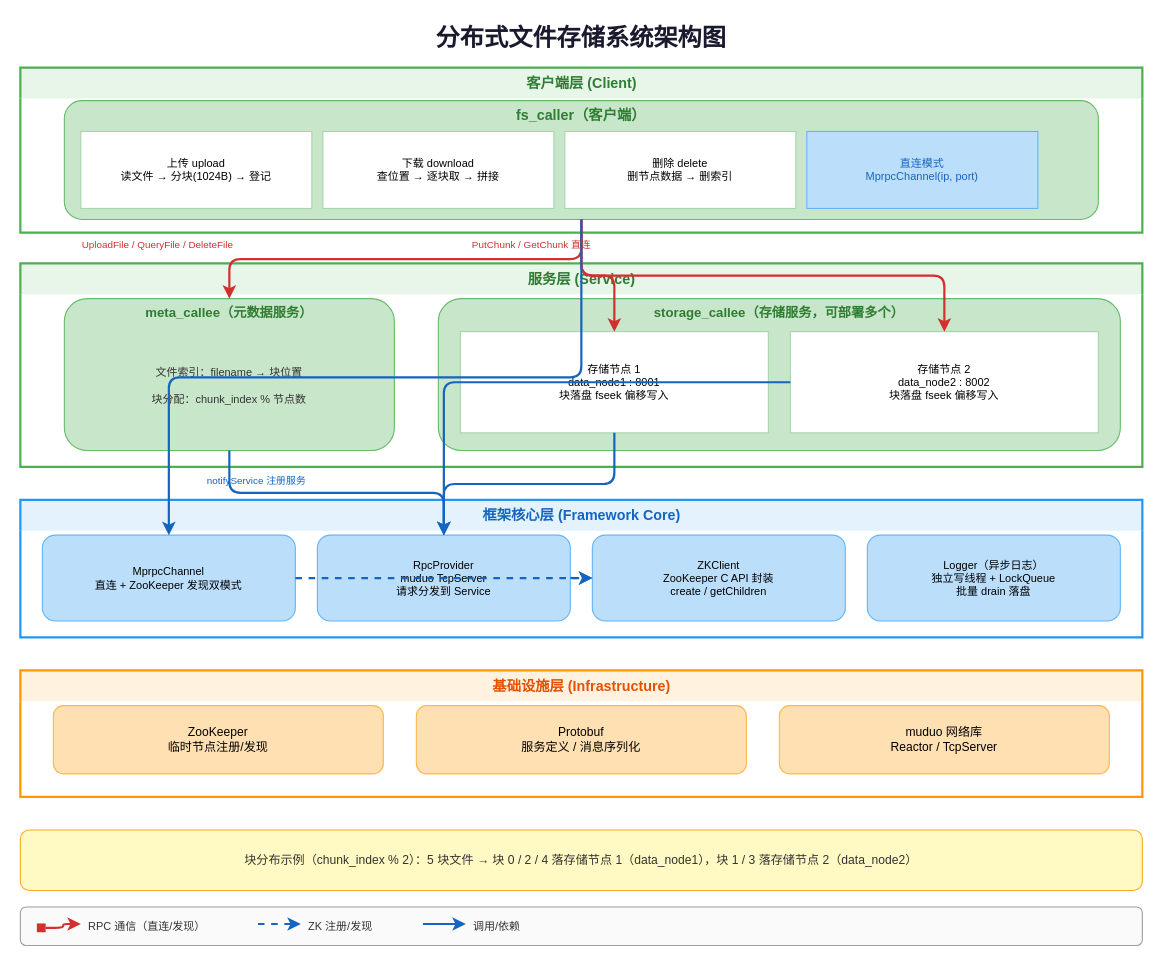
Above: docs/filestore/diagrams/architecture.drawio in BamdowCoco/mpRPC (draw.io), before the change. Source tidied: cells renumbered, new cells numbered last; positions are measured from the earlier drawing's top-left corner, leaving out a move shared by most shapes. Both pictures are drawn from the tidied source at 110%, with x=0, y=0 at pixel (20, 19).
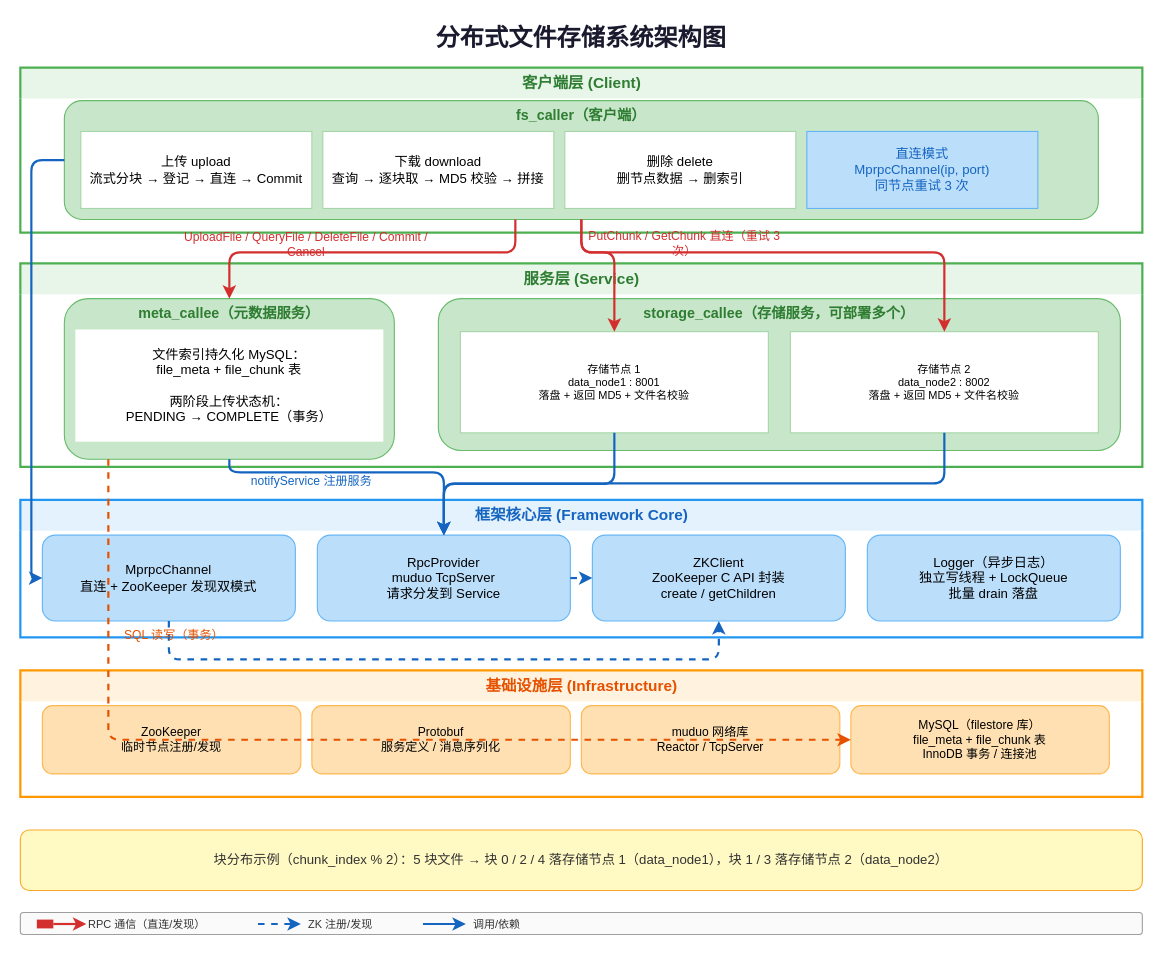
The same diagram, later.

Commit message (it also covers changes not shown here):
docs(filestore): 更新架构/类/流程/时序图以反映 P1~P10 改进，新增图表演讲稿

The change refers to these unchanged cells:
```xml
<mxCell id="4" style="rounded=1;whiteSpace=wrap;html=1;fillColor=#C8E6C9;strokeColor=#66BB6A;strokeWidth=1;" parent="3" vertex="1">
  <mxGeometry x="40" y="30" width="940" height="108" as="geometry" />
</mxCell>
<mxCell id="14" style="rounded=1;whiteSpace=wrap;html=1;fillColor=#C8E6C9;strokeColor=#66BB6A;strokeWidth=1;" parent="10" vertex="1">
  <mxGeometry x="380" y="32" width="620" height="138" as="geometry" />
</mxCell>
```

What changed in the source:
```diff
@@
-    <mxCell id="3" value="客户端层 (Client)" style="swimlane;startSize=28;fillColor=#E8F5E9;strokeColor=#4CAF50;strokeWidth=2;fontSize=13;fontStyle=1;fontColor=#2E7D32;html=1;swimlaneLine=0;" parent="1" vertex="1">
+    <mxCell id="3" value="客户端层 (Client)" style="swimlane;startSize=28;fillColor=#E8F5E9;strokeColor=#4CAF50;strokeWidth=2;fontSize=14;fontStyle=1;fontColor=#2E7D32;html=1;swimlaneLine=0;" parent="1" vertex="1">
       <mxGeometry y="44" width="1020" height="150" as="geometry" />
     </mxCell>
@@
-    <mxCell id="6" value="上传 upload&#10;读文件 → 分块(1024B) → 登记" style="rounded=0;whiteSpace=wrap;html=1;fillColor=#ffffff;strokeColor=#A5D6A7;fontSize=10;" parent="4" vertex="1">
+    <mxCell id="6" value="上传 upload&#10;流式分块 → 登记 → 直连 → Commit" style="rounded=0;whiteSpace=wrap;html=1;fillColor=#ffffff;strokeColor=#A5D6A7;fontSize=12;" parent="4" vertex="1">
       <mxGeometry x="15" y="28" width="210" height="70" as="geometry" />
     </mxCell>
-    <mxCell id="7" value="下载 download&#10;查位置 → 逐块取 → 拼接" style="rounded=0;whiteSpace=wrap;html=1;fillColor=#ffffff;strokeColor=#A5D6A7;fontSize=10;" parent="4" vertex="1">
+    <mxCell id="7" value="下载 download&#10;查询 → 逐块取 → MD5 校验 → 拼接" style="rounded=0;whiteSpace=wrap;html=1;fillColor=#ffffff;strokeColor=#A5D6A7;fontSize=12;" parent="4" vertex="1">
       <mxGeometry x="235" y="28" width="210" height="70" as="geometry" />
     </mxCell>
-    <mxCell id="8" value="删除 delete&#10;删节点数据 → 删索引" style="rounded=0;whiteSpace=wrap;html=1;fillColor=#ffffff;strokeColor=#A5D6A7;fontSize=10;" parent="4" vertex="1">
+    <mxCell id="8" value="删除 delete&#10;删节点数据 → 删索引" style="rounded=0;whiteSpace=wrap;html=1;fillColor=#ffffff;strokeColor=#A5D6A7;fontSize=12;" parent="4" vertex="1">
       <mxGeometry x="455" y="28" width="210" height="70" as="geometry" />
     </mxCell>
-    <mxCell id="9" value="直连模式&#10;MprpcChannel(ip, port)" style="rounded=0;whiteSpace=wrap;html=1;fillColor=#BBDEFB;strokeColor=#64B5F6;fontSize=10;fontColor=#1565C0;" parent="4" vertex="1">
+    <mxCell id="9" value="直连模式&#10;MprpcChannel(ip, port)&#10;同节点重试 3 次" style="rounded=0;whiteSpace=wrap;html=1;fillColor=#BBDEFB;strokeColor=#64B5F6;fontSize=12;fontColor=#1565C0;" parent="4" vertex="1">
       <mxGeometry x="675" y="28" width="210" height="70" as="geometry" />
     </mxCell>
-    <mxCell id="10" value="服务层 (Service)" style="swimlane;startSize=28;fillColor=#E8F5E9;strokeColor=#4CAF50;strokeWidth=2;fontSize=13;fontStyle=1;fontColor=#2E7D32;html=1;swimlaneLine=0;" parent="1" vertex="1">
+    <mxCell id="10" value="服务层 (Service)" style="swimlane;startSize=28;fillColor=#E8F5E9;strokeColor=#4CAF50;strokeWidth=2;fontSize=14;fontStyle=1;fontColor=#2E7D32;html=1;swimlaneLine=0;" parent="1" vertex="1">
       <mxGeometry y="222" width="1020" height="185" as="geometry" />
     </mxCell>
     <mxCell id="11" style="rounded=1;whiteSpace=wrap;html=1;fillColor=#C8E6C9;strokeColor=#66BB6A;strokeWidth=1;" parent="10" vertex="1">
-      <mxGeometry x="40" y="32" width="300" height="138" as="geometry" />
+      <mxGeometry x="40" y="32" width="300" height="146" as="geometry" />
     </mxCell>
-    <mxCell id="12" value="meta_callee（元数据服务）" style="text;html=1;strokeColor=none;fillColor=none;align=center;verticalAlign=middle;whiteSpace=wrap;fontSize=12;fontStyle=1;fontColor=#2E7D32;" parent="11" vertex="1">
+    <mxCell id="12" value="meta_callee（元数据服务）" style="text;html=1;strokeColor=none;fillColor=none;align=center;verticalAlign=middle;whiteSpace=wrap;fontSize=13;fontStyle=1;fontColor=#2E7D32;" parent="11" vertex="1">
       <mxGeometry y="2" width="300" height="22" as="geometry" />
     </mxCell>
-    <mxCell id="13" value="文件索引：filename → 块位置&#10;&#10;块分配：chunk_index % 节点数" style="text;html=1;strokeColor=none;fillColor=none;align=center;verticalAlign=middle;whiteSpace=wrap;fontSize=10;fontColor=#333333;" parent="11" vertex="1">
+    <mxCell id="13" value="文件索引持久化 MySQL：&#10;file_meta + file_chunk 表&#10;&#10;两阶段上传状态机：&#10;PENDING → COMPLETE（事务）" style="text;html=1;align=center;verticalAlign=middle;whiteSpace=wrap;fontSize=12;fillColor=default;" parent="11" vertex="1">
       <mxGeometry x="10" y="28" width="280" height="102" as="geometry" />
     </mxCell>
@@
-    <mxCell id="15" value="storage_callee（存储服务，可部署多个）" style="text;html=1;strokeColor=none;fillColor=none;align=center;verticalAlign=middle;whiteSpace=wrap;fontSize=12;fontStyle=1;fontColor=#2E7D32;" parent="14" vertex="1">
+    <mxCell id="15" value="storage_callee（存储服务，可部署多个）" style="text;html=1;strokeColor=none;fillColor=none;align=center;verticalAlign=middle;whiteSpace=wrap;fontSize=13;fontStyle=1;fontColor=#2E7D32;" parent="14" vertex="1">
       <mxGeometry y="2" width="620" height="22" as="geometry" />
     </mxCell>
-    <mxCell id="16" value="存储节点 1&#10;data_node1 : 8001&#10;块落盘 fseek 偏移写入" style="rounded=0;whiteSpace=wrap;html=1;fillColor=#ffffff;strokeColor=#A5D6A7;fontSize=10;" parent="14" vertex="1">
+    <mxCell id="16" value="存储节点 1&#10;data_node1 : 8001&#10;落盘 + 返回 MD5 + 文件名校验" style="rounded=0;whiteSpace=wrap;html=1;fillColor=#ffffff;strokeColor=#A5D6A7;fontSize=10;" parent="14" vertex="1">
       <mxGeometry x="20" y="30" width="280" height="92" as="geometry" />
     </mxCell>
-    <mxCell id="17" value="存储节点 2&#10;data_node2 : 8002&#10;块落盘 fseek 偏移写入" style="rounded=0;whiteSpace=wrap;html=1;fillColor=#ffffff;strokeColor=#A5D6A7;fontSize=10;" parent="14" vertex="1">
+    <mxCell id="17" value="存储节点 2&#10;data_node2 : 8002&#10;落盘 + 返回 MD5 + 文件名校验" style="rounded=0;whiteSpace=wrap;html=1;fillColor=#ffffff;strokeColor=#A5D6A7;fontSize=10;" parent="14" vertex="1">
       <mxGeometry x="320" y="30" width="280" height="92" as="geometry" />
     </mxCell>
-    <mxCell id="18" value="框架核心层 (Framework Core)" style="swimlane;startSize=28;fillColor=#E3F2FD;strokeColor=#2196F3;strokeWidth=2;fontSize=13;fontStyle=1;fontColor=#1565C0;html=1;swimlaneLine=0;" parent="1" vertex="1">
+    <mxCell id="18" value="框架核心层 (Framework Core)" style="swimlane;startSize=28;fillColor=#E3F2FD;strokeColor=#2196F3;strokeWidth=2;fontSize=14;fontStyle=1;fontColor=#1565C0;html=1;swimlaneLine=0;" parent="1" vertex="1">
       <mxGeometry y="437" width="1020" height="125" as="geometry" />
     </mxCell>
-    <mxCell id="19" value="MprpcChannel&#10;直连 + ZooKeeper 发现双模式" style="rounded=1;whiteSpace=wrap;html=1;fillColor=#BBDEFB;strokeColor=#64B5F6;fontSize=10;align=center;" parent="18" vertex="1">
+    <mxCell id="19" value="MprpcChannel&#10;直连 + ZooKeeper 发现双模式" style="rounded=1;whiteSpace=wrap;html=1;fillColor=#BBDEFB;strokeColor=#64B5F6;fontSize=12;align=center;" parent="18" vertex="1">
       <mxGeometry x="20" y="32" width="230" height="78" as="geometry" />
     </mxCell>
-    <mxCell id="20" value="RpcProvider&#10;muduo TcpServer&#10;请求分发到 Service" style="rounded=1;whiteSpace=wrap;html=1;fillColor=#BBDEFB;strokeColor=#64B5F6;fontSize=10;align=center;" parent="18" vertex="1">
+    <mxCell id="20" value="RpcProvider&#10;muduo TcpServer&#10;请求分发到 Service" style="rounded=1;whiteSpace=wrap;html=1;fillColor=#BBDEFB;strokeColor=#64B5F6;fontSize=12;align=center;" parent="18" vertex="1">
       <mxGeometry x="270" y="32" width="230" height="78" as="geometry" />
     </mxCell>
-    <mxCell id="21" value="ZKClient&#10;ZooKeeper C API 封装&#10;create / getChildren" style="rounded=1;whiteSpace=wrap;html=1;fillColor=#BBDEFB;strokeColor=#64B5F6;fontSize=10;align=center;" parent="18" vertex="1">
+    <mxCell id="21" value="ZKClient&#10;ZooKeeper C API 封装&#10;create / getChildren" style="rounded=1;whiteSpace=wrap;html=1;fillColor=#BBDEFB;strokeColor=#64B5F6;fontSize=12;align=center;" parent="18" vertex="1">
       <mxGeometry x="520" y="32" width="230" height="78" as="geometry" />
     </mxCell>
-    <mxCell id="22" value="Logger（异步日志）&#10;独立写线程 + LockQueue&#10;批量 drain 落盘" style="rounded=1;whiteSpace=wrap;html=1;fillColor=#BBDEFB;strokeColor=#64B5F6;fontSize=10;align=center;" parent="18" vertex="1">
+    <mxCell id="22" value="Logger（异步日志）&#10;独立写线程 + LockQueue&#10;批量 drain 落盘" style="rounded=1;whiteSpace=wrap;html=1;fillColor=#BBDEFB;strokeColor=#64B5F6;fontSize=12;align=center;" parent="18" vertex="1">
       <mxGeometry x="770" y="32" width="230" height="78" as="geometry" />
     </mxCell>
-    <mxCell id="23" value="基础设施层 (Infrastructure)" style="swimlane;startSize=28;fillColor=#FFF3E0;strokeColor=#FF9800;strokeWidth=2;fontSize=13;fontStyle=1;fontColor=#E65100;html=1;swimlaneLine=0;" parent="1" vertex="1">
+    <mxCell id="23" value="基础设施层 (Infrastructure)" style="swimlane;startSize=28;fillColor=#FFF3E0;strokeColor=#FF9800;strokeWidth=2;fontSize=14;fontStyle=1;fontColor=#E65100;html=1;swimlaneLine=0;" parent="1" vertex="1">
       <mxGeometry y="592" width="1020" height="115" as="geometry" />
     </mxCell>
     <mxCell id="24" value="ZooKeeper&#10;临时节点注册/发现" style="rounded=1;whiteSpace=wrap;html=1;fillColor=#FFE0B2;strokeColor=#FFB74D;fontSize=11;align=center;" parent="23" vertex="1">
-      <mxGeometry x="30" y="32" width="300" height="62" as="geometry" />
+      <mxGeometry x="20" y="32" width="235" height="62" as="geometry" />
     </mxCell>
     <mxCell id="25" value="Protobuf&#10;服务定义 / 消息序列化" style="rounded=1;whiteSpace=wrap;html=1;fillColor=#FFE0B2;strokeColor=#FFB74D;fontSize=11;align=center;" parent="23" vertex="1">
-      <mxGeometry x="360" y="32" width="300" height="62" as="geometry" />
+      <mxGeometry x="265" y="32" width="235" height="62" as="geometry" />
     </mxCell>
     <mxCell id="26" value="muduo 网络库&#10;Reactor / TcpServer" style="rounded=1;whiteSpace=wrap;html=1;fillColor=#FFE0B2;strokeColor=#FFB74D;fontSize=11;align=center;" parent="23" vertex="1">
-      <mxGeometry x="690" y="32" width="300" height="62" as="geometry" />
+      <mxGeometry x="510" y="32" width="235" height="62" as="geometry" />
     </mxCell>
+    <mxCell id="54" value="MySQL（filestore 库）&#10;file_meta + file_chunk 表&#10;InnoDB 事务 / 连接池" style="rounded=1;whiteSpace=wrap;html=1;fillColor=#FFE0B2;strokeColor=#FFB74D;fontSize=11;align=center;" parent="23" vertex="1">
+      <mxGeometry x="755" y="32" width="235" height="62" as="geometry" />
+    </mxCell>
@@
-    <mxCell id="28" value="块分布示例（chunk_index % 2）：5 块文件 → 块 0 / 2 / 4 落存储节点 1（data_node1），块 1 / 3 落存储节点 2（data_node2）" style="text;html=1;strokeColor=none;fillColor=none;align=center;verticalAlign=middle;whiteSpace=wrap;fontSize=11;fontColor=#333333;" parent="1" vertex="1">
+    <mxCell id="28" value="块分布示例（chunk_index % 2）：5 块文件 → 块 0 / 2 / 4 落存储节点 1（data_node1），块 1 / 3 落存储节点 2（data_node2）" style="text;html=1;strokeColor=none;fillColor=none;align=center;verticalAlign=middle;whiteSpace=wrap;fontSize=12;fontColor=#333333;" parent="1" vertex="1">
       <mxGeometry x="5" y="740" width="1010" height="48" as="geometry" />
     </mxCell>
     <mxCell id="29" style="rounded=1;whiteSpace=wrap;html=1;fillColor=#FAFAFA;strokeColor=#9E9E9E;strokeWidth=1;" parent="1" vertex="1">
-      <mxGeometry y="807" width="1020" height="35" as="geometry" />
+      <mxGeometry y="812" width="1020" height="20" as="geometry" />
     </mxCell>
     <mxCell id="30" style="rounded=0;whiteSpace=wrap;html=1;fillColor=#D32F2F;strokeColor=none;" parent="1" vertex="1">
-      <mxGeometry x="15" y="822" width="8" height="8" as="geometry" />
+      <mxGeometry x="15" y="818.5" width="15" height="8" as="geometry" />
     </mxCell>
     <mxCell id="31" style="rounded=0;whiteSpace=wrap;html=1;fillColor=none;strokeColor=none;" parent="1" vertex="1">
-      <mxGeometry x="55" y="822" width="1" height="1" as="geometry" />
+      <mxGeometry x="60" y="822" width="1" height="1" as="geometry" />
     </mxCell>
@@
     <mxCell id="33" value="RPC 通信（直连/发现）" style="text;html=1;strokeColor=none;fillColor=none;align=left;verticalAlign=middle;whiteSpace=wrap;fontSize=10;fontColor=#333333;" parent="1" vertex="1">
-      <mxGeometry x="60" y="814" width="130" height="20" as="geometry" />
+      <mxGeometry x="60" y="813" width="130" height="20" as="geometry" />
     </mxCell>
@@
     <mxCell id="37" value="ZK 注册/发现" style="text;html=1;strokeColor=none;fillColor=none;align=left;verticalAlign=middle;whiteSpace=wrap;fontSize=10;fontColor=#333333;" parent="1" vertex="1">
-      <mxGeometry x="260" y="814" width="90" height="20" as="geometry" />
+      <mxGeometry x="260" y="813" width="90" height="20" as="geometry" />
     </mxCell>
@@
     <mxCell id="41" value="调用/依赖" style="text;html=1;strokeColor=none;fillColor=none;align=left;verticalAlign=middle;whiteSpace=wrap;fontSize=10;fontColor=#333333;" parent="1" vertex="1">
-      <mxGeometry x="410" y="814" width="70" height="20" as="geometry" />
+      <mxGeometry x="410" y="813" width="70" height="20" as="geometry" />
     </mxCell>
     <mxCell id="42" style="edgeStyle=orthogonalEdgeStyle;rounded=1;html=1;endArrow=classic;strokeColor=#D32F2F;strokeWidth=2;" parent="1" edge="1" source="4" target="11">
-      <mxGeometry relative="1" as="geometry" />
+      <mxGeometry relative="1" as="geometry">
+        <Array as="points">
+          <mxPoint x="450" y="212" />
+          <mxPoint x="190" y="212" />
+        </Array>
+      </mxGeometry>
     </mxCell>
     <mxCell id="43" style="edgeStyle=orthogonalEdgeStyle;rounded=1;html=1;endArrow=classic;strokeColor=#D32F2F;strokeWidth=2;" parent="1" edge="1" source="4" target="16">
-      <mxGeometry relative="1" as="geometry" />
+      <mxGeometry relative="1" as="geometry">
+        <Array as="points">
+          <mxPoint x="510" y="212" />
+          <mxPoint x="540" y="212" />
+        </Array>
+      </mxGeometry>
     </mxCell>
     <mxCell id="44" style="edgeStyle=orthogonalEdgeStyle;rounded=1;html=1;endArrow=classic;strokeColor=#D32F2F;strokeWidth=2;" parent="1" edge="1" source="4" target="17">
-      <mxGeometry relative="1" as="geometry" />
+      <mxGeometry relative="1" as="geometry">
+        <Array as="points">
+          <mxPoint x="510" y="212" />
+          <mxPoint x="840" y="212" />
+        </Array>
+      </mxGeometry>
     </mxCell>
     <mxCell id="45" style="edgeStyle=orthogonalEdgeStyle;rounded=1;html=1;endArrow=classic;strokeColor=#1565C0;strokeWidth=2;" parent="1" edge="1" source="4" target="19">
-      <mxGeometry relative="1" as="geometry" />
+      <mxGeometry relative="1" as="geometry">
+        <Array as="points">
+          <mxPoint x="10" y="128" />
+          <mxPoint x="10" y="508" />
+        </Array>
+      </mxGeometry>
     </mxCell>
-    <mxCell id="46" style="edgeStyle=orthogonalEdgeStyle;rounded=1;html=1;endArrow=classic;strokeColor=#1565C0;strokeWidth=2;" parent="1" edge="1" source="11" target="20">
-      <mxGeometry relative="1" as="geometry" />
-    </mxCell>
@@
     <mxCell id="48" style="edgeStyle=orthogonalEdgeStyle;rounded=1;html=1;endArrow=classic;strokeColor=#1565C0;strokeWidth=2;" parent="1" edge="1" source="17" target="20">
-      <mxGeometry relative="1" as="geometry" />
+      <mxGeometry relative="1" as="geometry">
+        <Array as="points">
+          <mxPoint x="840" y="422" />
+          <mxPoint x="385" y="422" />
+        </Array>
+      </mxGeometry>
     </mxCell>
     <mxCell id="49" style="edgeStyle=orthogonalEdgeStyle;rounded=1;html=1;endArrow=classic;strokeColor=#1565C0;strokeWidth=2;dashed=1;" parent="1" edge="1" source="19" target="21">
-      <mxGeometry relative="1" as="geometry" />
+      <mxGeometry relative="1" as="geometry">
+        <Array as="points">
+          <mxPoint x="135" y="582" />
+          <mxPoint x="635" y="582" />
+        </Array>
+      </mxGeometry>
     </mxCell>
@@
+    <mxCell id="46" style="edgeStyle=orthogonalEdgeStyle;rounded=1;html=1;endArrow=classic;strokeColor=#1565C0;strokeWidth=2;" parent="1" edge="1" source="11" target="20">
+      <mxGeometry relative="1" as="geometry">
+        <Array as="points">
+          <mxPoint x="190" y="412" />
+          <mxPoint x="385" y="412" />
+        </Array>
+      </mxGeometry>
+    </mxCell>
+    <mxCell id="55" style="edgeStyle=orthogonalEdgeStyle;rounded=1;html=1;endArrow=classic;strokeColor=#E65100;strokeWidth=2;dashed=1;" parent="1" edge="1" source="11" target="54">
+      <mxGeometry relative="1" as="geometry">
+        <Array as="points">
+          <mxPoint x="80" y="412" />
+          <mxPoint x="80" y="582" />
+        </Array>
+      </mxGeometry>
+    </mxCell>
-    <mxCell id="51" value="UploadFile / QueryFile / DeleteFile" style="text;html=1;strokeColor=none;fillColor=none;align=center;verticalAlign=middle;whiteSpace=wrap;fontSize=9;fontColor=#D32F2F;" parent="1" vertex="1">
-      <mxGeometry x="15" y="197" width="220" height="16" as="geometry" />
+    <mxCell id="51" value="UploadFile / QueryFile / DeleteFile / Commit / Cancel" style="text;html=1;strokeColor=none;fillColor=none;align=center;verticalAlign=middle;whiteSpace=wrap;fontSize=11;fontColor=#D32F2F;" parent="1" vertex="1">
+      <mxGeometry x="140" y="197" width="240" height="16" as="geometry" />
     </mxCell>
-    <mxCell id="52" value="PutChunk / GetChunk 直连" style="text;html=1;strokeColor=none;fillColor=none;align=center;verticalAlign=middle;whiteSpace=wrap;fontSize=9;fontColor=#D32F2F;" parent="1" vertex="1">
-      <mxGeometry x="380" y="197" width="170" height="16" as="geometry" />
+    <mxCell id="52" value="PutChunk / GetChunk 直连（重试 3 次）" style="text;html=1;strokeColor=none;fillColor=none;align=center;verticalAlign=middle;whiteSpace=wrap;fontSize=11;fontColor=#D32F2F;" parent="1" vertex="1">
+      <mxGeometry x="509" y="196" width="190" height="16" as="geometry" />
     </mxCell>
-    <mxCell id="53" value="notifyService 注册服务" style="text;html=1;strokeColor=none;fillColor=none;align=center;verticalAlign=middle;whiteSpace=wrap;fontSize=9;fontColor=#1565C0;" parent="1" vertex="1">
-      <mxGeometry x="140" y="412" width="150" height="16" as="geometry" />
+    <mxCell id="53" value="notifyService 注册服务" style="text;html=1;strokeColor=none;fillColor=none;align=center;verticalAlign=middle;whiteSpace=wrap;fontSize=11;fontColor=#1565C0;" parent="1" vertex="1">
+      <mxGeometry x="190" y="412" width="150" height="16" as="geometry" />
     </mxCell>
+    <mxCell id="56" value="SQL 读写（事务）" style="text;html=1;strokeColor=none;fillColor=none;align=center;verticalAlign=middle;whiteSpace=wrap;fontSize=11;fontColor=#E65100;" parent="1" vertex="1">
+      <mxGeometry x="80" y="552" width="120" height="16" as="geometry" />
+    </mxCell>
```
